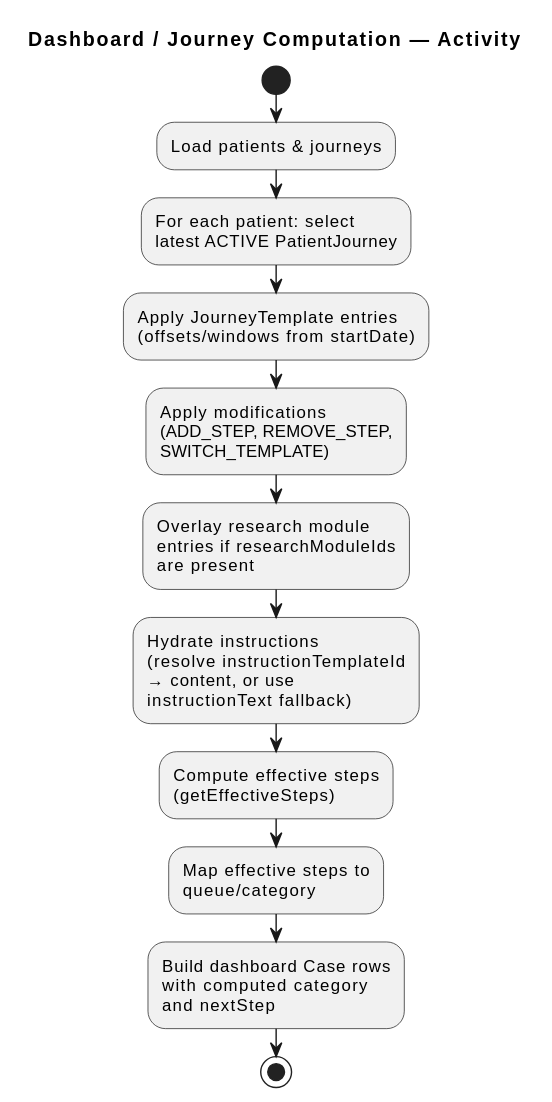
Before: docs/diagrams/dashboard-journey-computation.svg, a diagram exported from PlantUML (gforge/DUK).
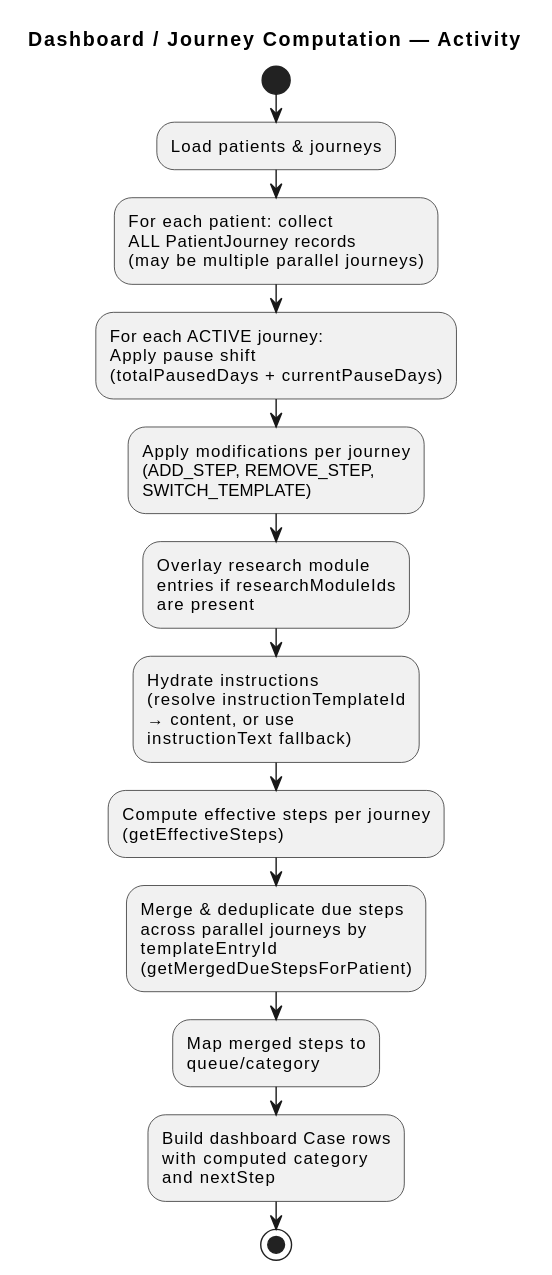
Above is the later version.

Diff of the diagram source:
```diff
@@ -3,11 +3,13 @@
 
 start
 :Load patients & journeys;
-:For each patient: select
-latest ACTIVE PatientJourney;
-:Apply JourneyTemplate entries
-(offsets/windows from startDate);
-:Apply modifications
+:For each patient: collect
+ALL PatientJourney records
+(may be multiple parallel journeys);
+:For each ACTIVE journey:
+Apply pause shift
+(totalPausedDays + currentPauseDays);
+:Apply modifications per journey
 (ADD_STEP, REMOVE_STEP,
 SWITCH_TEMPLATE);
 :Overlay research module
@@ -17,9 +19,13 @@
 (resolve instructionTemplateId
 → content, or use
 instructionText fallback);
-:Compute effective steps
+:Compute effective steps per journey
 (getEffectiveSteps);
-:Map effective steps to
+:Merge & deduplicate due steps
+across parallel journeys by
+templateEntryId
+(getMergedDueStepsForPatient);
+:Map merged steps to
 queue/category;
 :Build dashboard Case rows
 with computed category
```
